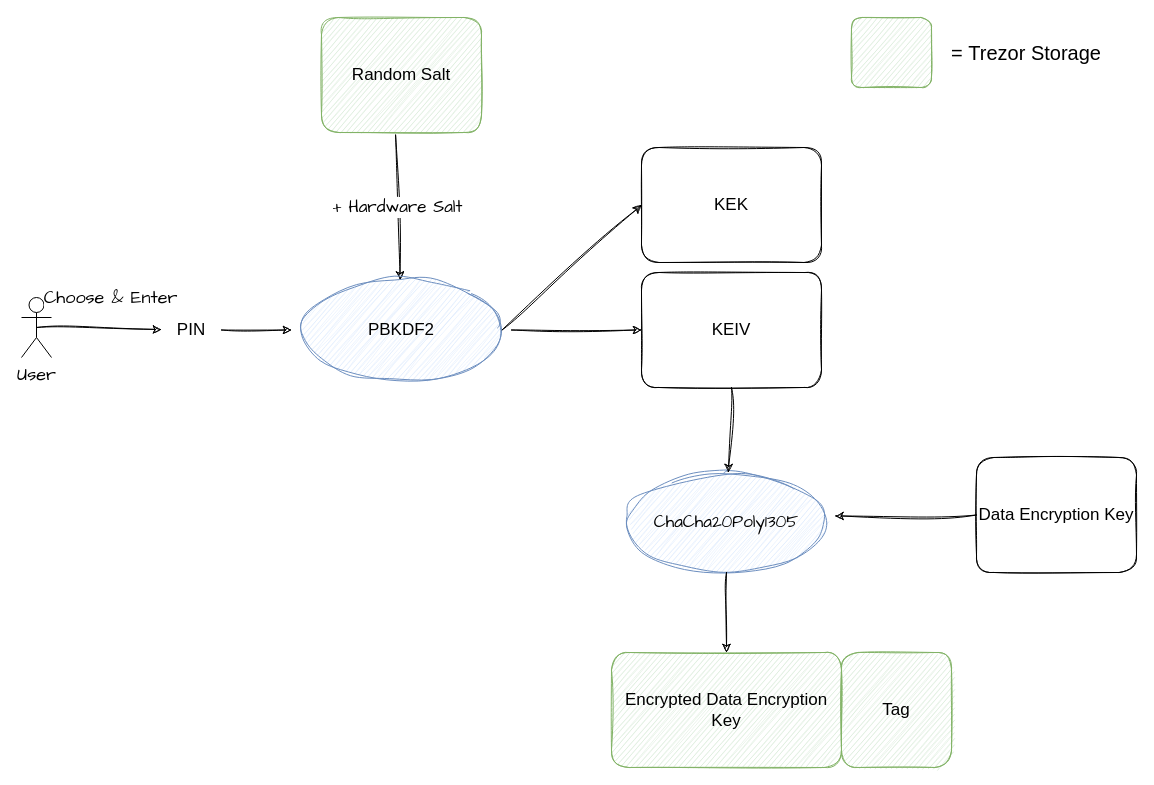
Before: schema/wallet/trezor.drawio in rya-sge/access-denied, a draw.io diagram. Source tidied: cells renumbered, new cells numbered last; positions are measured from the earlier drawing's top-left corner, leaving out a move shared by most shapes. Both pictures are drawn from the tidied source at 100%, with x=0, y=0 at pixel (21, 17).
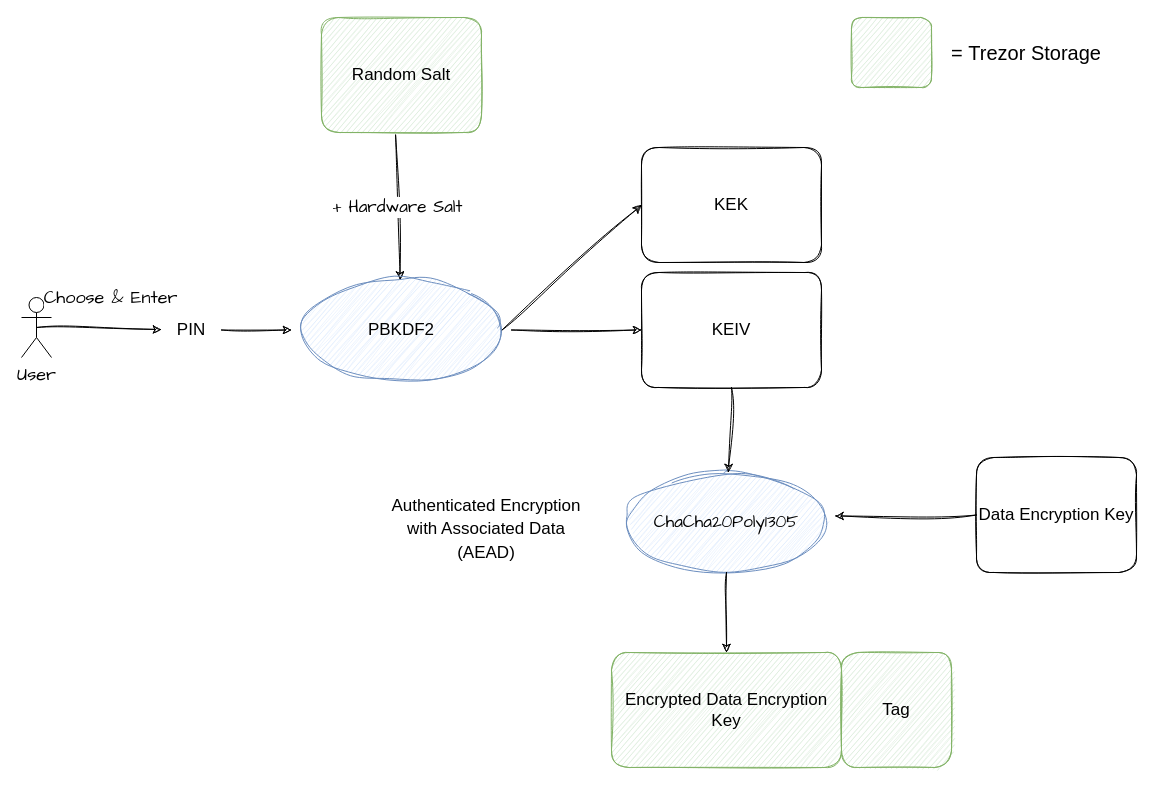
The same page after the edit.

The edit, as a diff of the source:
```diff
@@
+    <mxCell id="22" value="&lt;p id=&quot;docs-internal-guid-92251a2b-7fff-bba3-537a-527403bec7fa&quot; style=&quot;line-height: 1.38; margin-top: 14pt; margin-bottom: 4pt; font-size: 17px;&quot; dir=&quot;ltr&quot;&gt;&lt;span style=&quot;font-size: 17px; font-family: Arial, sans-serif; background-color: transparent; font-variant-numeric: normal; font-variant-east-asian: normal; vertical-align: baseline;&quot;&gt;Authenticated Encryption with Associated Data (AEAD)&lt;/span&gt;&lt;/p&gt;" style="text;html=1;strokeColor=none;fillColor=none;align=center;verticalAlign=middle;whiteSpace=wrap;rounded=0;fontSize=17;" parent="1" vertex="1">
+      <mxGeometry x="360" y="490" width="210" height="30" as="geometry" />
+    </mxCell>
```
